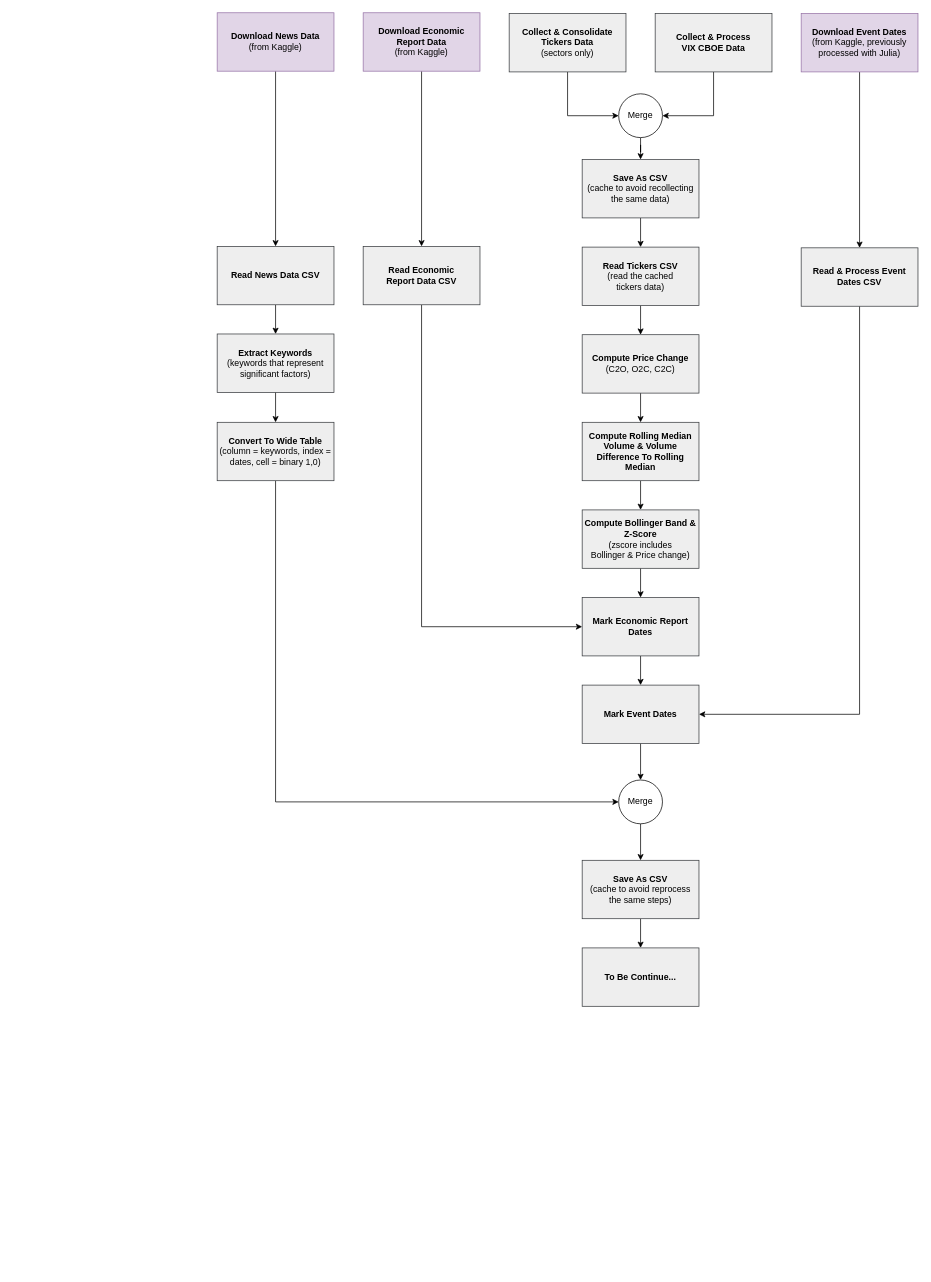
lioneltayyd/MADS-M1-analysis-of-price-sensitivity-to-various-factors keeps this draw.io diagram as docs/processing_flowchart.drawio. Above is the earlier version. Source tidied: cells renumbered, new cells numbered last; positions are measured from the earlier drawing's top-left corner, leaving out a move shared by most shapes. Both pictures are drawn from the tidied source at 73%, with x=0, y=0 at pixel (217, 12).
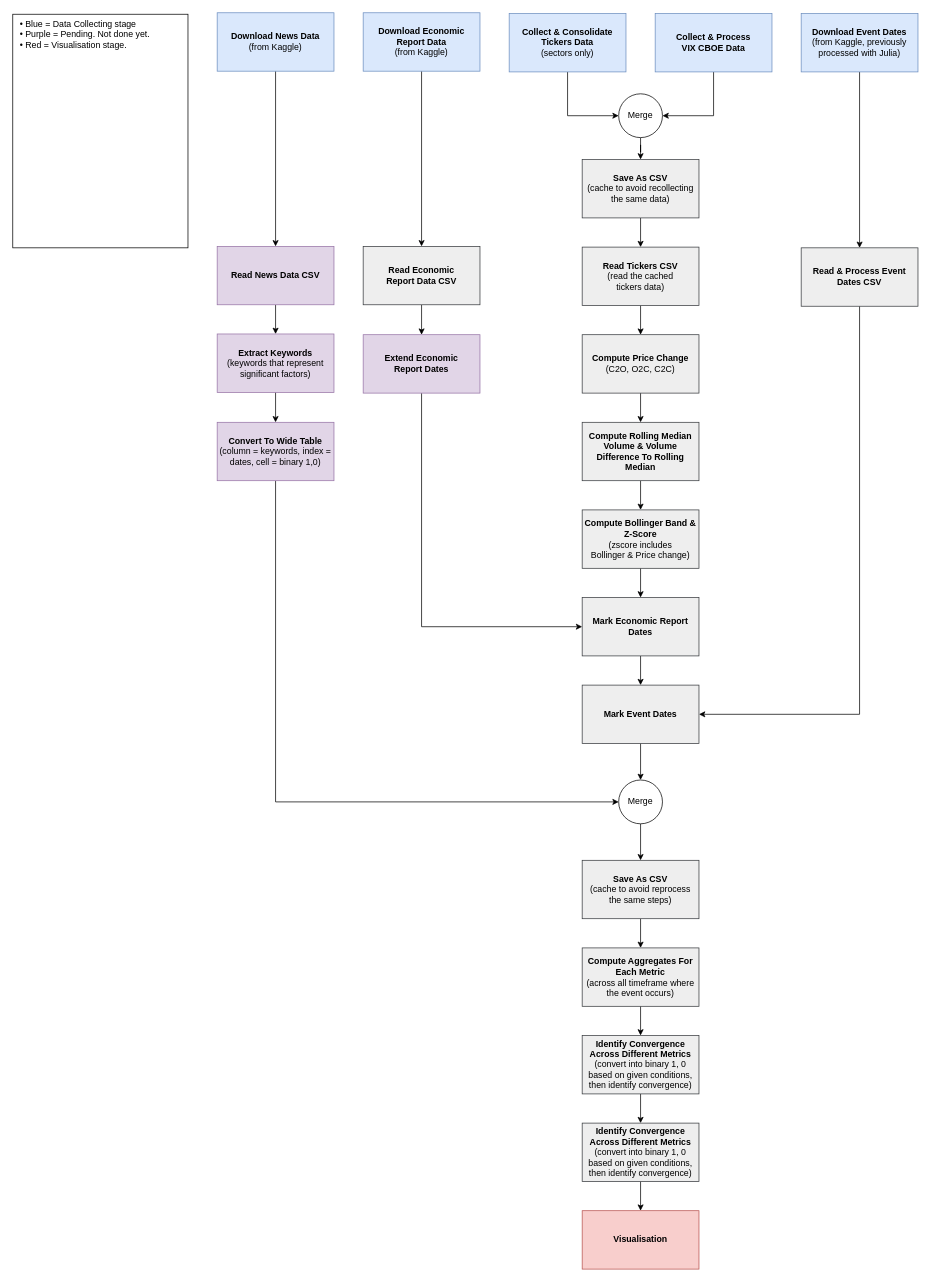
After the change.

The change refers to these unchanged cells:
```xml
<mxCell id="17" value="&lt;b&gt;Read Economic &lt;br&gt;Report Data CSV&lt;/b&gt;" style="rounded=0;whiteSpace=wrap;html=1;fillColor=#eeeeee;strokeColor=#36393d;" parent="1" vertex="1">
  <mxGeometry x="200" y="320" width="160" height="80" as="geometry" />
</mxCell>
<mxCell id="27" value="&lt;b&gt;Mark Economic Report Dates&lt;/b&gt;" style="rounded=0;whiteSpace=wrap;html=1;fillColor=#eeeeee;strokeColor=#36393d;" parent="1" vertex="1">
  <mxGeometry x="500" y="801" width="160" height="80" as="geometry" />
</mxCell>
```

Diff of the diagram source:
```diff
@@
-    <mxCell id="3" value="&lt;b&gt;Collect &amp;amp; Consolidate Tickers Data&lt;br&gt;&lt;/b&gt;(sectors only)" style="rounded=0;whiteSpace=wrap;html=1;fillColor=#eeeeee;strokeColor=#36393d;" parent="1" vertex="1">
+    <mxCell id="3" value="&lt;b&gt;Collect &amp;amp; Consolidate Tickers Data&lt;br&gt;&lt;/b&gt;(sectors only)" style="rounded=0;whiteSpace=wrap;html=1;fillColor=#dae8fc;strokeColor=#6c8ebf;" parent="1" vertex="1">
       <mxGeometry x="400" y="1" width="160" height="80" as="geometry" />
     </mxCell>
@@
-    <mxCell id="5" value="&lt;b&gt;Collect &amp;amp; Process&lt;br&gt;VIX CBOE Data&lt;/b&gt;" style="rounded=0;whiteSpace=wrap;html=1;fillColor=#eeeeee;strokeColor=#36393d;" parent="1" vertex="1">
+    <mxCell id="5" value="&lt;b&gt;Collect &amp;amp; Process&lt;br&gt;VIX CBOE Data&lt;/b&gt;" style="rounded=0;whiteSpace=wrap;html=1;fillColor=#dae8fc;strokeColor=#6c8ebf;" parent="1" vertex="1">
       <mxGeometry x="600" y="1" width="160" height="80" as="geometry" />
     </mxCell>
@@
-    <mxCell id="13" value="&lt;b&gt;Download Economic Report Data &lt;br&gt;&lt;/b&gt;(from Kaggle)" style="rounded=0;whiteSpace=wrap;html=1;fillColor=#e1d5e7;strokeColor=#9673a6;" parent="1" vertex="1">
+    <mxCell id="13" value="&lt;b&gt;Download Economic Report Data &lt;br&gt;&lt;/b&gt;(from Kaggle)" style="rounded=0;whiteSpace=wrap;html=1;fillColor=#dae8fc;strokeColor=#6c8ebf;" parent="1" vertex="1">
       <mxGeometry x="200" width="160" height="80" as="geometry" />
     </mxCell>
@@
-    <mxCell id="16" style="edgeStyle=orthogonalEdgeStyle;rounded=0;jettySize=auto;html=1;entryX=0;entryY=0.5;entryDx=0;entryDy=0;" parent="1" edge="1" source="17" target="27">
-      <mxGeometry relative="1" as="geometry">
-        <Array as="points">
-          <mxPoint x="280" y="841" />
-        </Array>
-      </mxGeometry>
-    </mxCell>
+    <mxCell id="43" style="edgeStyle=orthogonalEdgeStyle;rounded=0;jettySize=auto;html=1;" parent="1" edge="1" source="17" target="51">
+      <mxGeometry relative="1" as="geometry" />
+    </mxCell>
@@
-    <mxCell id="19" value="&lt;b&gt;Download Event Dates&lt;/b&gt;&lt;b&gt;&lt;br&gt;&lt;/b&gt;(from Kaggle, previously processed with Julia)" style="rounded=0;whiteSpace=wrap;html=1;fillColor=#e1d5e7;strokeColor=#9673a6;" parent="1" vertex="1">
+    <mxCell id="19" value="&lt;b&gt;Download Event Dates&lt;/b&gt;&lt;b&gt;&lt;br&gt;&lt;/b&gt;(from Kaggle, previously processed with Julia)" style="rounded=0;whiteSpace=wrap;html=1;fillColor=#dae8fc;strokeColor=#6c8ebf;" parent="1" vertex="1">
       <mxGeometry x="800" y="1" width="160" height="80" as="geometry" />
     </mxCell>
@@
-    <mxCell id="33" value="&lt;b&gt;Download News Data&lt;br&gt;&lt;/b&gt;(from Kaggle)" style="rounded=0;whiteSpace=wrap;html=1;fillColor=#e1d5e7;strokeColor=#9673a6;" parent="1" vertex="1">
+    <mxCell id="33" value="&lt;b&gt;Download News Data&lt;br&gt;&lt;/b&gt;(from Kaggle)" style="rounded=0;whiteSpace=wrap;html=1;fillColor=#dae8fc;strokeColor=#6c8ebf;" parent="1" vertex="1">
       <mxGeometry width="160" height="80" as="geometry" />
     </mxCell>
@@
-    <mxCell id="35" value="&lt;b&gt;Extract Keywords&lt;/b&gt;&lt;br&gt;(keywords that represent significant factors)" style="rounded=0;whiteSpace=wrap;html=1;fillColor=#eeeeee;strokeColor=#36393d;" parent="1" vertex="1">
+    <mxCell id="35" value="&lt;b&gt;Extract Keywords&lt;/b&gt;&lt;br&gt;(keywords that represent significant factors)" style="rounded=0;whiteSpace=wrap;html=1;fillColor=#e1d5e7;strokeColor=#9673a6;" parent="1" vertex="1">
       <mxGeometry y="440" width="160" height="80" as="geometry" />
     </mxCell>
@@
-    <mxCell id="37" value="&lt;b&gt;Convert To Wide Table&lt;/b&gt;&lt;br&gt;(column = keywords, index = dates, cell = binary 1,0)" style="rounded=0;whiteSpace=wrap;html=1;fillColor=#eeeeee;strokeColor=#36393d;" parent="1" vertex="1">
+    <mxCell id="37" value="&lt;b&gt;Convert To Wide Table&lt;/b&gt;&lt;br&gt;(column = keywords, index = dates, cell = binary 1,0)" style="rounded=0;whiteSpace=wrap;html=1;fillColor=#e1d5e7;strokeColor=#9673a6;" parent="1" vertex="1">
       <mxGeometry y="561" width="160" height="80" as="geometry" />
     </mxCell>
@@
-    <mxCell id="41" value="&lt;b&gt;Read News Data CSV&lt;/b&gt;" style="rounded=0;whiteSpace=wrap;html=1;fillColor=#eeeeee;strokeColor=#36393d;" parent="1" vertex="1">
+    <mxCell id="41" value="&lt;b&gt;Read News Data CSV&lt;/b&gt;" style="rounded=0;whiteSpace=wrap;html=1;fillColor=#e1d5e7;strokeColor=#9673a6;" parent="1" vertex="1">
       <mxGeometry y="320" width="160" height="80" as="geometry" />
     </mxCell>
+    <mxCell id="44" style="edgeStyle=orthogonalEdgeStyle;rounded=0;jettySize=auto;html=1;" parent="1" edge="1" source="42" target="46">
+      <mxGeometry relative="1" as="geometry" />
+    </mxCell>
-    <mxCell id="42" value="&lt;b&gt;To Be Continue...&lt;/b&gt;" style="rounded=0;whiteSpace=wrap;html=1;fillColor=#eeeeee;strokeColor=#36393d;" parent="1" vertex="1">
+    <mxCell id="42" value="&lt;b&gt;Compute Aggregates For Each Metric&lt;br&gt;&lt;/b&gt;(across all timeframe where the event occurs)" style="rounded=0;whiteSpace=wrap;html=1;fillColor=#eeeeee;strokeColor=#36393d;" parent="1" vertex="1">
       <mxGeometry x="500" y="1281" width="160" height="80" as="geometry" />
     </mxCell>
+    <mxCell id="45" style="edgeStyle=orthogonalEdgeStyle;rounded=0;jettySize=auto;html=1;" parent="1" edge="1" source="46" target="48">
+      <mxGeometry relative="1" as="geometry" />
+    </mxCell>
+    <mxCell id="46" value="&lt;b&gt;Identify Convergence Across Different Metrics&lt;br&gt;&lt;/b&gt;(convert into binary 1, 0 based on given conditions, then identify convergence)&lt;b&gt;&lt;br&gt;&lt;/b&gt;" style="rounded=0;whiteSpace=wrap;html=1;fillColor=#eeeeee;strokeColor=#36393d;" parent="1" vertex="1">
+      <mxGeometry x="500" y="1401" width="160" height="80" as="geometry" />
+    </mxCell>
+    <mxCell id="47" style="edgeStyle=orthogonalEdgeStyle;rounded=0;jettySize=auto;html=1;" parent="1" edge="1" source="48" target="49">
+      <mxGeometry relative="1" as="geometry" />
+    </mxCell>
+    <mxCell id="48" value="&lt;b&gt;Identify Convergence Across Different Metrics&lt;br&gt;&lt;/b&gt;(convert into binary 1, 0 based on given conditions, then identify convergence)&lt;b&gt;&lt;br&gt;&lt;/b&gt;" style="rounded=0;whiteSpace=wrap;html=1;fillColor=#eeeeee;strokeColor=#36393d;" parent="1" vertex="1">
+      <mxGeometry x="500" y="1521" width="160" height="80" as="geometry" />
+    </mxCell>
+    <mxCell id="49" value="&lt;b&gt;Visualisation&lt;br&gt;&lt;/b&gt;" style="rounded=0;whiteSpace=wrap;html=1;fillColor=#f8cecc;strokeColor=#b85450;" parent="1" vertex="1">
+      <mxGeometry x="500" y="1641" width="160" height="80" as="geometry" />
+    </mxCell>
+    <mxCell id="50" style="edgeStyle=orthogonalEdgeStyle;rounded=0;jettySize=auto;html=1;entryX=0;entryY=0.5;entryDx=0;entryDy=0;" parent="1" edge="1" source="51" target="27">
+      <mxGeometry relative="1" as="geometry">
+        <Array as="points">
+          <mxPoint x="280" y="841" />
+        </Array>
+      </mxGeometry>
+    </mxCell>
+    <mxCell id="51" value="&lt;b&gt;Extend Economic&lt;br&gt;Report Dates&lt;/b&gt;" style="rounded=0;whiteSpace=wrap;html=1;fillColor=#e1d5e7;strokeColor=#9673a6;" parent="1" vertex="1">
+      <mxGeometry x="200" y="441" width="160" height="80" as="geometry" />
+    </mxCell>
+    <mxCell id="52" value="• Blue = Data Collecting&amp;nbsp;stage&lt;br&gt;•&amp;nbsp;Purple = Pending. Not done yet.&amp;nbsp;&lt;br&gt;•&amp;nbsp;Red = Visualisation stage.&amp;nbsp;" style="rounded=0;whiteSpace=wrap;html=1;align=left;verticalAlign=top;spacingLeft=8;" parent="1" vertex="1">
+      <mxGeometry x="-280" y="2" width="240" height="320" as="geometry" />
+    </mxCell>
```
